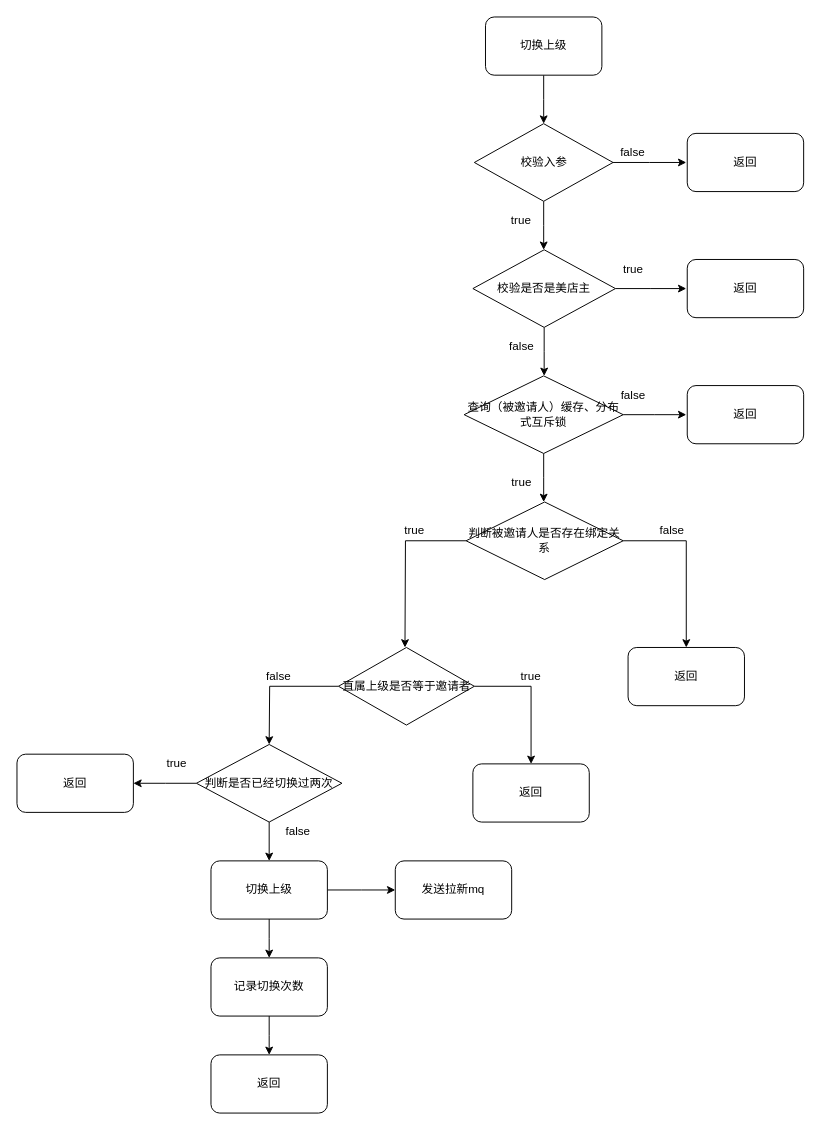
Above: 切换上级.drawio in Itxiaopao/viewFloder (draw.io), before the change. Source tidied: cells renumbered, new cells numbered last; positions are measured from the earlier drawing's top-left corner, leaving out a move shared by most shapes. Both pictures are drawn from the tidied source at 97%, with x=0, y=0 at pixel (16, 16).
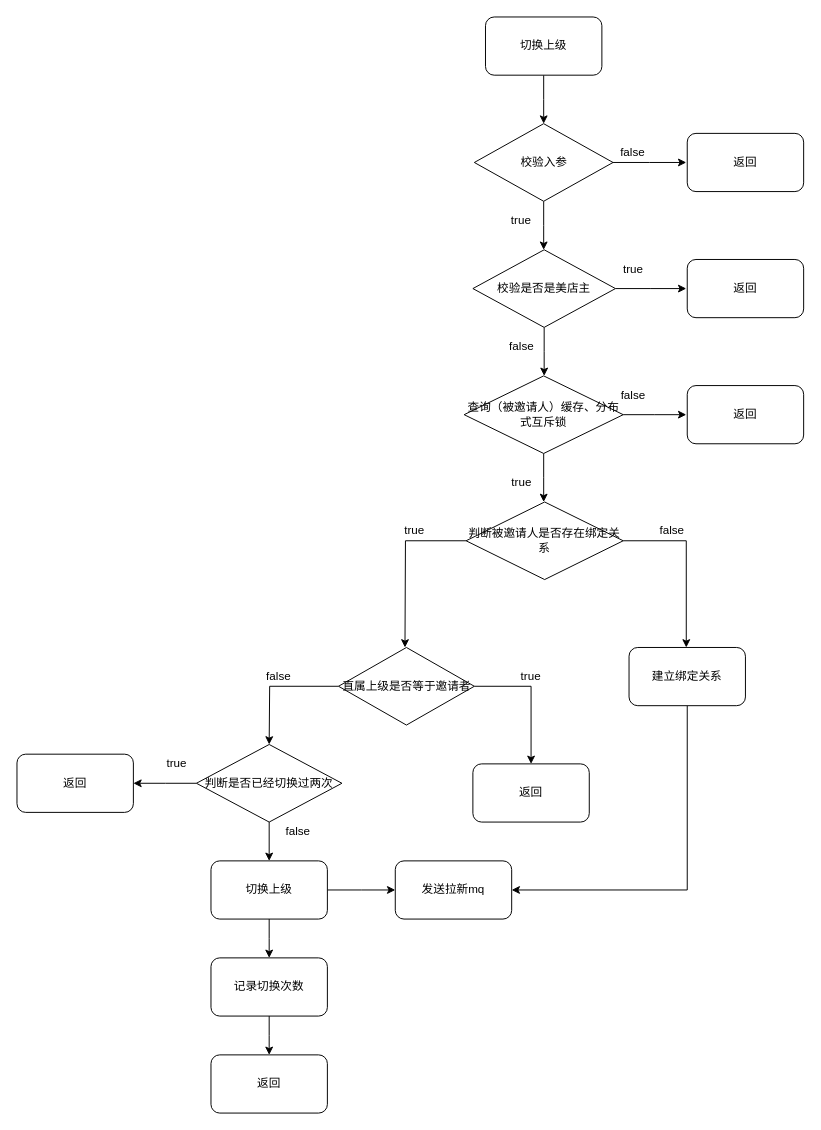
The same diagram, later.

The change refers to these unchanged cells:
```xml
<mxCell id="22" value="判断被邀请人是否存在绑定关系" style="rhombus;whiteSpace=wrap;html=1;" parent="1" vertex="1">
  <mxGeometry x="463" y="500" width="162" height="80" as="geometry" />
</mxCell>
<mxCell id="46" value="发送拉新mq" style="rounded=1;whiteSpace=wrap;html=1;" parent="1" vertex="1">
  <mxGeometry x="390" y="870" width="120" height="60" as="geometry" />
</mxCell>
```

The edit, as a diff of the source:
```diff
@@
-    <mxCell id="20" style="edgeStyle=orthogonalEdgeStyle;rounded=0;jettySize=auto;html=1;entryX=0.5;entryY=0;entryDx=0;entryDy=0;" parent="1" edge="1" source="22" target="24">
+    <mxCell id="20" style="edgeStyle=orthogonalEdgeStyle;rounded=0;jettySize=auto;html=1;entryX=0.5;entryY=0;entryDx=0;entryDy=0;" parent="1" edge="1" source="22">
       <mxGeometry relative="1" as="geometry">
+        <mxPoint x="690" y="650" as="targetPoint" />
         <Array as="points">
           <mxPoint x="690" y="540" />
           <mxPoint x="690" y="650" />
         </Array>
       </mxGeometry>
     </mxCell>
@@
-    <mxCell id="24" value="返回" style="rounded=1;whiteSpace=wrap;html=1;" parent="1" vertex="1">
-      <mxGeometry x="630" y="650" width="120" height="60" as="geometry" />
-    </mxCell>
@@
+    <mxCell id="47" style="edgeStyle=orthogonalEdgeStyle;rounded=0;jettySize=auto;html=1;entryX=1;entryY=0.5;entryDx=0;entryDy=0;" parent="1" edge="1" source="48" target="46">
+      <mxGeometry relative="1" as="geometry">
+        <Array as="points">
+          <mxPoint x="691" y="900" />
+        </Array>
+      </mxGeometry>
+    </mxCell>
+    <mxCell id="48" value="建立绑定关系" style="rounded=1;whiteSpace=wrap;html=1;" parent="1" vertex="1">
+      <mxGeometry x="631" y="650" width="120" height="60" as="geometry" />
+    </mxCell>
```
